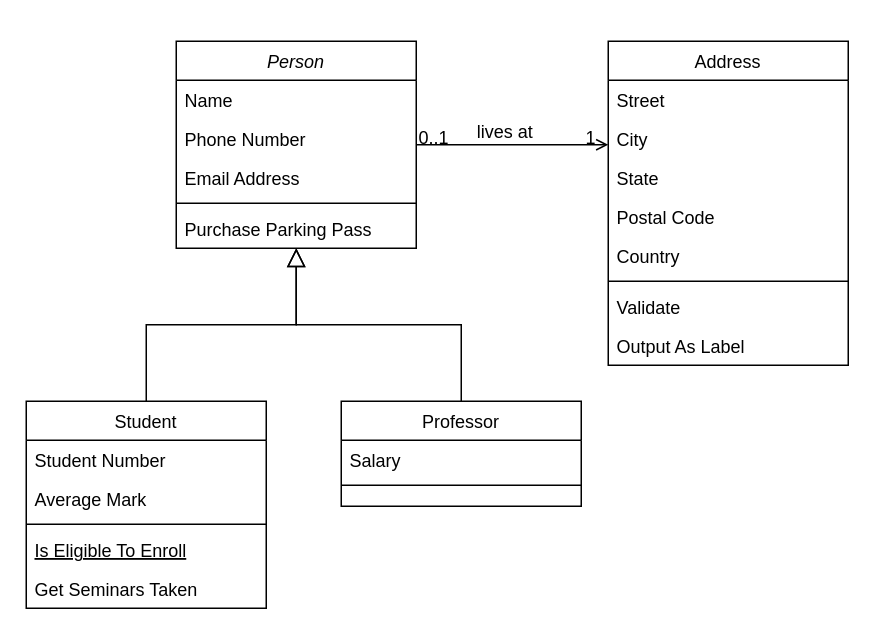
The draw.io diagram TennisScorer클래스다이어그램.drawio in msgggg1/TennisScorer, before the edit. Source tidied: cells renumbered, new cells numbered last; positions are measured from the earlier drawing's top-left corner, leaving out a move shared by most shapes. Both pictures are drawn from the tidied source at 150%, with x=0, y=0 at pixel (26, 40).
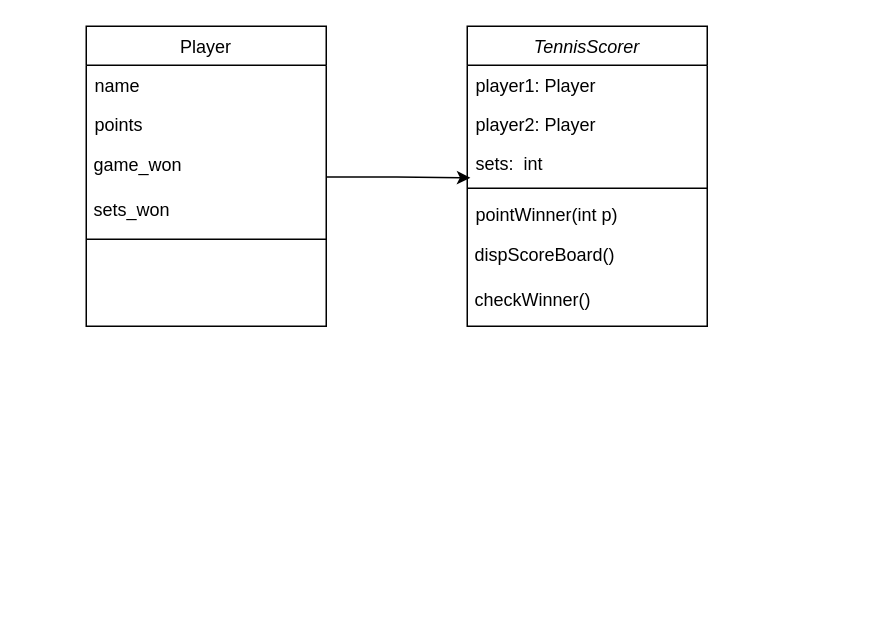
The same diagram, later.

Commit message (it also covers changes not shown here):
TennisScorer클래스다이어그램.drawio 업데이트

Diff of the diagram source:
```diff
@@
-    <mxCell id="2" value="Person" style="swimlane;fontStyle=2;align=center;verticalAlign=top;horizontal=1;startSize=26;rounded=0;shadow=0;strokeWidth=1;" parent="1" vertex="1">
-      <mxGeometry x="100" width="160" height="138" as="geometry" />
+    <mxCell id="2" value="TennisScorer" style="swimlane;fontStyle=2;align=center;verticalAlign=top;horizontal=1;startSize=26;rounded=0;shadow=0;strokeWidth=1;" parent="1" vertex="1">
+      <mxGeometry x="294" y="-10" width="160" height="200" as="geometry" />
     </mxCell>
-    <mxCell id="3" value="Name" style="text;align=left;verticalAlign=top;spacingLeft=4;spacingRight=4;overflow=hidden;" parent="2" vertex="1">
+    <mxCell id="3" value="player1: Player&#10;" style="text;align=left;verticalAlign=top;spacingLeft=4;spacingRight=4;overflow=hidden;" parent="2" vertex="1">
       <mxGeometry y="26" width="160" height="26" as="geometry" />
     </mxCell>
-    <mxCell id="4" value="Phone Number" style="text;align=left;verticalAlign=top;spacingLeft=4;spacingRight=4;overflow=hidden;rounded=0;shadow=0;html=0;" parent="2" vertex="1">
+    <mxCell id="4" value="player2: Player" style="text;align=left;verticalAlign=top;spacingLeft=4;spacingRight=4;overflow=hidden;rounded=0;shadow=0;html=0;" parent="2" vertex="1">
       <mxGeometry y="52" width="160" height="26" as="geometry" />
     </mxCell>
-    <mxCell id="5" value="Email Address" style="text;align=left;verticalAlign=top;spacingLeft=4;spacingRight=4;overflow=hidden;points=[[0,0.5],[1,0.5]];portConstraint=eastwest;rounded=0;shadow=0;html=0;" parent="2" vertex="1">
+    <mxCell id="5" value="sets:  int" style="text;align=left;verticalAlign=top;spacingLeft=4;spacingRight=4;overflow=hidden;points=[[0,0.5],[1,0.5]];portConstraint=eastwest;rounded=0;shadow=0;html=0;" parent="2" vertex="1">
       <mxGeometry y="78" width="160" height="26" as="geometry" />
     </mxCell>
@@
-    <mxCell id="7" value="Purchase Parking Pass" style="text;align=left;verticalAlign=top;spacingLeft=4;spacingRight=4;overflow=hidden;" parent="2" vertex="1">
+    <mxCell id="7" value="pointWinner(int p)" style="text;align=left;verticalAlign=top;spacingLeft=4;spacingRight=4;overflow=hidden;" parent="2" vertex="1">
       <mxGeometry y="112" width="160" height="26" as="geometry" />
     </mxCell>
+    <mxCell id="32" value="&amp;nbsp;dispScoreBoard()" style="text;html=1;align=left;verticalAlign=middle;whiteSpace=wrap;rounded=0;" parent="2" vertex="1">
+      <mxGeometry y="138" width="160" height="30" as="geometry" />
+    </mxCell>
+    <mxCell id="33" value="&amp;nbsp;checkWinner()" style="text;html=1;align=left;verticalAlign=middle;whiteSpace=wrap;rounded=0;" parent="2" vertex="1">
+      <mxGeometry y="168" width="160" height="30" as="geometry" />
+    </mxCell>
-    <mxCell id="8" value="Student" style="swimlane;fontStyle=0;align=center;verticalAlign=top;horizontal=1;startSize=26;rounded=0;shadow=0;strokeWidth=1;" parent="1" vertex="1">
-      <mxGeometry y="240" width="160" height="138" as="geometry" />
+    <mxCell id="8" value="Player" style="swimlane;fontStyle=0;align=center;verticalAlign=top;horizontal=1;startSize=26;rounded=0;shadow=0;strokeWidth=1;" parent="1" vertex="1">
+      <mxGeometry x="40" y="-10" width="160" height="200" as="geometry" />
     </mxCell>
-    <mxCell id="9" value="Student Number" style="text;align=left;verticalAlign=top;spacingLeft=4;spacingRight=4;overflow=hidden;" parent="8" vertex="1">
+    <mxCell id="9" value="name" style="text;align=left;verticalAlign=top;spacingLeft=4;spacingRight=4;overflow=hidden;" parent="8" vertex="1">
       <mxGeometry y="26" width="160" height="26" as="geometry" />
     </mxCell>
-    <mxCell id="10" value="Average Mark" style="text;align=left;verticalAlign=top;spacingLeft=4;spacingRight=4;overflow=hidden;rounded=0;shadow=0;html=0;" parent="8" vertex="1">
+    <mxCell id="10" value="points" style="text;align=left;verticalAlign=top;spacingLeft=4;spacingRight=4;overflow=hidden;rounded=0;shadow=0;html=0;" parent="8" vertex="1">
       <mxGeometry y="52" width="160" height="26" as="geometry" />
     </mxCell>
+    <mxCell id="34" value="&amp;nbsp;game_won" style="text;html=1;align=left;verticalAlign=middle;whiteSpace=wrap;rounded=0;" parent="8" vertex="1">
+      <mxGeometry y="78" width="160" height="30" as="geometry" />
+    </mxCell>
+    <mxCell id="35" value="&amp;nbsp;sets_won" style="text;html=1;align=left;verticalAlign=middle;whiteSpace=wrap;rounded=0;" parent="8" vertex="1">
+      <mxGeometry y="108" width="160" height="30" as="geometry" />
+    </mxCell>
     <mxCell id="11" style="line;html=1;strokeWidth=1;align=left;verticalAlign=middle;spacingTop=-1;spacingLeft=3;spacingRight=3;labelPosition=right;" parent="8" vertex="1">
-      <mxGeometry y="78" width="160" height="8" as="geometry" />
+      <mxGeometry y="138" width="160" height="8" as="geometry" />
     </mxCell>
-    <mxCell id="12" value="Is Eligible To Enroll" style="text;align=left;verticalAlign=top;spacingLeft=4;spacingRight=4;overflow=hidden;fontStyle=4;" parent="8" vertex="1">
-      <mxGeometry y="86" width="160" height="26" as="geometry" />
-    </mxCell>
-    <mxCell id="13" value="Get Seminars Taken" style="text;align=left;verticalAlign=top;spacingLeft=4;spacingRight=4;overflow=hidden;" parent="8" vertex="1">
-      <mxGeometry y="112" width="160" height="26" as="geometry" />
-    </mxCell>
-    <mxCell id="14" style="endArrow=block;endSize=10;endFill=0;shadow=0;strokeWidth=1;rounded=0;curved=0;edgeStyle=elbowEdgeStyle;elbow=vertical;" parent="1" edge="1" source="8" target="2">
-      <mxGeometry relative="1" as="geometry" />
-    </mxCell>
-    <mxCell id="15" value="Professor" style="swimlane;fontStyle=0;align=center;verticalAlign=top;horizontal=1;startSize=26;rounded=0;shadow=0;strokeWidth=1;" parent="1" vertex="1">
-      <mxGeometry x="210" y="240" width="160" height="70" as="geometry" />
-    </mxCell>
-    <mxCell id="16" value="Salary" style="text;align=left;verticalAlign=top;spacingLeft=4;spacingRight=4;overflow=hidden;" parent="15" vertex="1">
-      <mxGeometry y="26" width="160" height="26" as="geometry" />
-    </mxCell>
-    <mxCell id="17" style="line;html=1;strokeWidth=1;align=left;verticalAlign=middle;spacingTop=-1;spacingLeft=3;spacingRight=3;labelPosition=right;" parent="15" vertex="1">
-      <mxGeometry y="52" width="160" height="8" as="geometry" />
-    </mxCell>
-    <mxCell id="18" style="endArrow=block;endSize=10;endFill=0;shadow=0;strokeWidth=1;rounded=0;curved=0;edgeStyle=elbowEdgeStyle;elbow=vertical;" parent="1" edge="1" source="15" target="2">
-      <mxGeometry relative="1" as="geometry" />
-    </mxCell>
-    <mxCell id="19" value="Address" style="swimlane;fontStyle=0;align=center;verticalAlign=top;horizontal=1;startSize=26;rounded=0;shadow=0;strokeWidth=1;" parent="1" vertex="1">
-      <mxGeometry x="388" width="160" height="216" as="geometry" />
-    </mxCell>
-    <mxCell id="20" value="Street" style="text;align=left;verticalAlign=top;spacingLeft=4;spacingRight=4;overflow=hidden;" parent="19" vertex="1">
-      <mxGeometry y="26" width="160" height="26" as="geometry" />
-    </mxCell>
-    <mxCell id="21" value="City" style="text;align=left;verticalAlign=top;spacingLeft=4;spacingRight=4;overflow=hidden;rounded=0;shadow=0;html=0;" parent="19" vertex="1">
-      <mxGeometry y="52" width="160" height="26" as="geometry" />
-    </mxCell>
-    <mxCell id="22" value="State" style="text;align=left;verticalAlign=top;spacingLeft=4;spacingRight=4;overflow=hidden;rounded=0;shadow=0;html=0;" parent="19" vertex="1">
-      <mxGeometry y="78" width="160" height="26" as="geometry" />
-    </mxCell>
-    <mxCell id="23" value="Postal Code" style="text;align=left;verticalAlign=top;spacingLeft=4;spacingRight=4;overflow=hidden;rounded=0;shadow=0;html=0;" parent="19" vertex="1">
-      <mxGeometry y="104" width="160" height="26" as="geometry" />
-    </mxCell>
-    <mxCell id="24" value="Country" style="text;align=left;verticalAlign=top;spacingLeft=4;spacingRight=4;overflow=hidden;rounded=0;shadow=0;html=0;" parent="19" vertex="1">
-      <mxGeometry y="130" width="160" height="26" as="geometry" />
-    </mxCell>
-    <mxCell id="25" style="line;html=1;strokeWidth=1;align=left;verticalAlign=middle;spacingTop=-1;spacingLeft=3;spacingRight=3;labelPosition=right;" parent="19" vertex="1">
-      <mxGeometry y="156" width="160" height="8" as="geometry" />
-    </mxCell>
-    <mxCell id="26" value="Validate" style="text;align=left;verticalAlign=top;spacingLeft=4;spacingRight=4;overflow=hidden;" parent="19" vertex="1">
-      <mxGeometry y="164" width="160" height="26" as="geometry" />
-    </mxCell>
-    <mxCell id="27" value="Output As Label" style="text;align=left;verticalAlign=top;spacingLeft=4;spacingRight=4;overflow=hidden;" parent="19" vertex="1">
-      <mxGeometry y="190" width="160" height="26" as="geometry" />
-    </mxCell>
-    <mxCell id="28" style="endArrow=open;shadow=0;strokeWidth=1;rounded=0;curved=0;endFill=1;edgeStyle=elbowEdgeStyle;elbow=vertical;" parent="1" edge="1" source="2" target="19">
-      <mxGeometry x="0.5" y="41" relative="1" as="geometry">
-        <mxPoint x="-40" y="32" as="offset" />
-      </mxGeometry>
-    </mxCell>
-    <mxCell id="29" value="0..1" style="align=left;verticalAlign=bottom;labelBackgroundColor=none;fontSize=12;" parent="28" vertex="1">
-      <mxGeometry x="-1" relative="1" as="geometry">
-        <mxPoint y="4" as="offset" />
-      </mxGeometry>
-    </mxCell>
-    <mxCell id="30" value="1" style="align=right;verticalAlign=bottom;labelBackgroundColor=none;fontSize=12;" parent="28" vertex="1">
-      <mxGeometry x="1" relative="1" as="geometry">
-        <mxPoint x="-7" y="4" as="offset" />
-      </mxGeometry>
-    </mxCell>
-    <mxCell id="31" value="lives at" style="text;html=1;align=center;verticalAlign=middle;labelBackgroundColor=none;rounded=0;shadow=0;strokeWidth=1;fontSize=12;" parent="28" vertex="1">
-      <mxGeometry x="0.5" y="49" relative="1" as="geometry">
-        <mxPoint x="-38" y="40" as="offset" />
-      </mxGeometry>
-    </mxCell>
+    <mxCell id="36" style="edgeStyle=orthogonalEdgeStyle;rounded=0;jettySize=auto;html=1;exitX=1;exitY=0.75;exitDx=0;exitDy=0;entryX=0.013;entryY=0.885;entryDx=0;entryDy=0;entryPerimeter=0;" parent="1" edge="1" source="34" target="5">
+      <mxGeometry relative="1" as="geometry" />
+    </mxCell>
```
